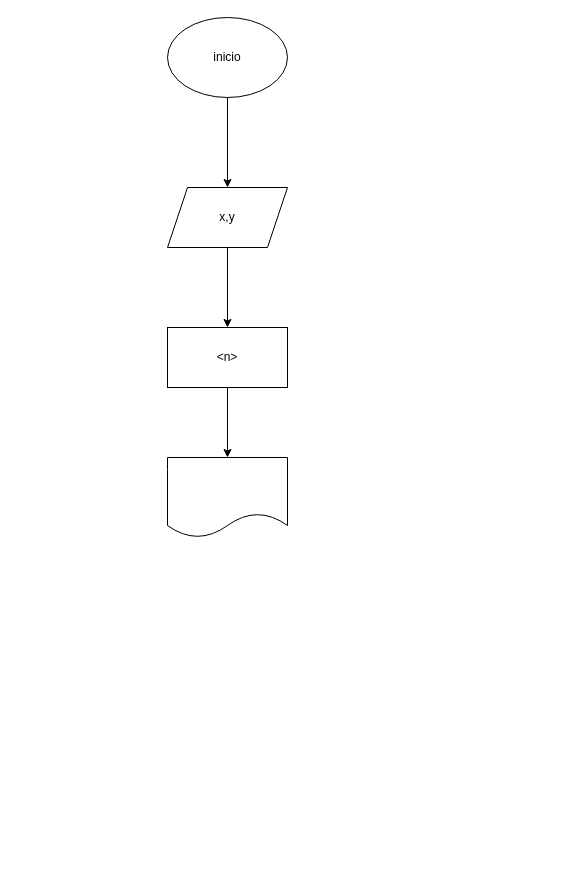
Earlier version of the draw.io diagram diagrama.drawio (Gerard4168/tarea-1). Source tidied: cells renumbered, new cells numbered last; positions are measured from the earlier drawing's top-left corner, leaving out a move shared by most shapes. Both pictures are drawn from the tidied source at 100%, with x=0, y=0 at pixel (167, 17).
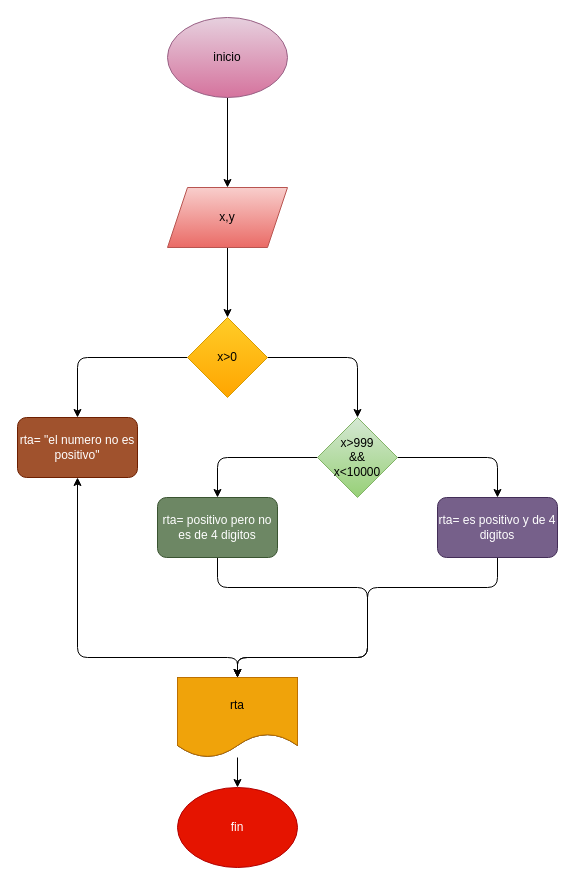
The same page after the edit.

Diff of the diagram source:
```diff
@@
-    <mxCell id="3" value="inicio" style="ellipse;whiteSpace=wrap;html=1;" parent="1" vertex="1">
+    <mxCell id="3" value="inicio" style="ellipse;whiteSpace=wrap;html=1;fillColor=#e6d0de;gradientColor=#d5739d;strokeColor=#996185;" parent="1" vertex="1">
       <mxGeometry width="120" height="80" as="geometry" />
     </mxCell>
-    <mxCell id="4" style="edgeStyle=none;html=1;" parent="1" edge="1" source="5" target="7">
-      <mxGeometry relative="1" as="geometry" />
-    </mxCell>
+    <mxCell id="9" style="edgeStyle=none;html=1;" parent="1" edge="1" source="5" target="6">
+      <mxGeometry relative="1" as="geometry" />
+    </mxCell>
-    <mxCell id="5" value="x,y" style="shape=parallelogram;perimeter=parallelogramPerimeter;whiteSpace=wrap;html=1;fixedSize=1;" parent="1" vertex="1">
+    <mxCell id="5" value="x,y" style="shape=parallelogram;perimeter=parallelogramPerimeter;whiteSpace=wrap;html=1;fixedSize=1;fillColor=#f8cecc;gradientColor=#ea6b66;strokeColor=#b85450;" parent="1" vertex="1">
       <mxGeometry y="170" width="120" height="60" as="geometry" />
     </mxCell>
+    <mxCell id="10" style="edgeStyle=none;html=1;" parent="1" edge="1" source="6" target="14">
+      <mxGeometry relative="1" as="geometry">
+        <Array as="points">
+          <mxPoint x="190" y="340" />
+        </Array>
+      </mxGeometry>
+    </mxCell>
+    <mxCell id="11" style="edgeStyle=none;html=1;" parent="1" edge="1" source="6" target="15">
+      <mxGeometry relative="1" as="geometry">
+        <Array as="points">
+          <mxPoint x="-90" y="340" />
+        </Array>
+      </mxGeometry>
+    </mxCell>
-    <mxCell id="6" style="edgeStyle=none;html=1;" parent="1" edge="1" source="7" target="8">
-      <mxGeometry relative="1" as="geometry" />
+    <mxCell id="6" value="x&amp;gt;0" style="rhombus;whiteSpace=wrap;html=1;fillColor=#ffcd28;gradientColor=#ffa500;strokeColor=#d79b00;" parent="1" vertex="1">
+      <mxGeometry x="20" y="300" width="80" height="80" as="geometry" />
     </mxCell>
-    <mxCell id="7" value="&amp;lt;n&amp;gt;" style="whiteSpace=wrap;html=1;" parent="1" vertex="1">
-      <mxGeometry y="310" width="120" height="60" as="geometry" />
-    </mxCell>
-    <mxCell id="8" style="shape=document;whiteSpace=wrap;html=1;boundedLbl=1;" parent="1" vertex="1">
-      <mxGeometry y="440" width="120" height="80" as="geometry" />
-    </mxCell>
+    <mxCell id="12" style="edgeStyle=none;html=1;" parent="1" edge="1" source="14">
+      <mxGeometry relative="1" as="geometry">
+        <mxPoint x="330" y="480" as="targetPoint" />
+        <Array as="points">
+          <mxPoint x="330" y="440" />
+        </Array>
+      </mxGeometry>
+    </mxCell>
+    <mxCell id="13" style="edgeStyle=none;html=1;" parent="1" edge="1" source="14" target="17">
+      <mxGeometry relative="1" as="geometry">
+        <Array as="points">
+          <mxPoint x="50" y="440" />
+        </Array>
+      </mxGeometry>
+    </mxCell>
+    <mxCell id="14" value="x&amp;gt;999&lt;br&gt;&amp;amp;&amp;amp;&lt;br&gt;x&amp;lt;10000" style="rhombus;whiteSpace=wrap;html=1;fillColor=#d5e8d4;strokeColor=#82b366;gradientColor=#97d077;" parent="1" vertex="1">
+      <mxGeometry x="150" y="400" width="80" height="80" as="geometry" />
+    </mxCell>
+    <mxCell id="15" value="rta= &quot;el numero no es positivo&quot;" style="rounded=1;whiteSpace=wrap;html=1;fillColor=#a0522d;fontColor=#ffffff;strokeColor=#6D1F00;" parent="1" vertex="1">
+      <mxGeometry x="-150" y="400" width="120" height="60" as="geometry" />
+    </mxCell>
+    <mxCell id="16" style="edgeStyle=none;html=1;" parent="1" edge="1" source="17" target="22">
+      <mxGeometry relative="1" as="geometry">
+        <Array as="points">
+          <mxPoint x="50" y="570" />
+          <mxPoint x="200" y="570" />
+          <mxPoint x="200" y="640" />
+          <mxPoint x="70" y="640" />
+        </Array>
+      </mxGeometry>
+    </mxCell>
+    <mxCell id="17" value="rta= positivo pero no es de 4 digitos" style="rounded=1;whiteSpace=wrap;html=1;fillColor=#6d8764;fontColor=#ffffff;strokeColor=#3A5431;" parent="1" vertex="1">
+      <mxGeometry x="-10" y="480" width="120" height="60" as="geometry" />
+    </mxCell>
+    <mxCell id="18" style="edgeStyle=none;html=1;" parent="1" edge="1" source="19" target="20">
+      <mxGeometry relative="1" as="geometry">
+        <Array as="points">
+          <mxPoint x="330" y="570" />
+          <mxPoint x="200" y="570" />
+          <mxPoint x="200" y="640" />
+          <mxPoint x="70" y="640" />
+        </Array>
+      </mxGeometry>
+    </mxCell>
+    <mxCell id="19" value="rta= es positivo y de 4 digitos" style="rounded=1;whiteSpace=wrap;html=1;fillColor=#76608a;fontColor=#ffffff;strokeColor=#432D57;" parent="1" vertex="1">
+      <mxGeometry x="270" y="480" width="120" height="60" as="geometry" />
+    </mxCell>
+    <mxCell id="20" style="shape=document;whiteSpace=wrap;html=1;boundedLbl=1;rounded=1;" parent="1" vertex="1">
+      <mxGeometry x="10" y="660" width="120" height="80" as="geometry" />
+    </mxCell>
+    <mxCell id="21" style="edgeStyle=none;html=1;" parent="1" edge="1" source="22" target="24">
+      <mxGeometry relative="1" as="geometry" />
+    </mxCell>
+    <mxCell id="22" value="rta" style="shape=document;whiteSpace=wrap;html=1;boundedLbl=1;rounded=1;fillColor=#f0a30a;fontColor=#000000;strokeColor=#BD7000;" parent="1" vertex="1">
+      <mxGeometry x="10" y="660" width="120" height="80" as="geometry" />
+    </mxCell>
+    <mxCell id="23" style="endArrow=classic;startArrow=classic;html=1;" parent="1" edge="1" source="22" target="15">
+      <mxGeometry relative="1" as="geometry">
+        <Array as="points">
+          <mxPoint x="70" y="640" />
+          <mxPoint x="-90" y="640" />
+        </Array>
+      </mxGeometry>
+    </mxCell>
+    <mxCell id="24" value="fin" style="ellipse;whiteSpace=wrap;html=1;fillColor=#e51400;fontColor=#ffffff;strokeColor=#B20000;" parent="1" vertex="1">
+      <mxGeometry x="10" y="770" width="120" height="80" as="geometry" />
+    </mxCell>
```
